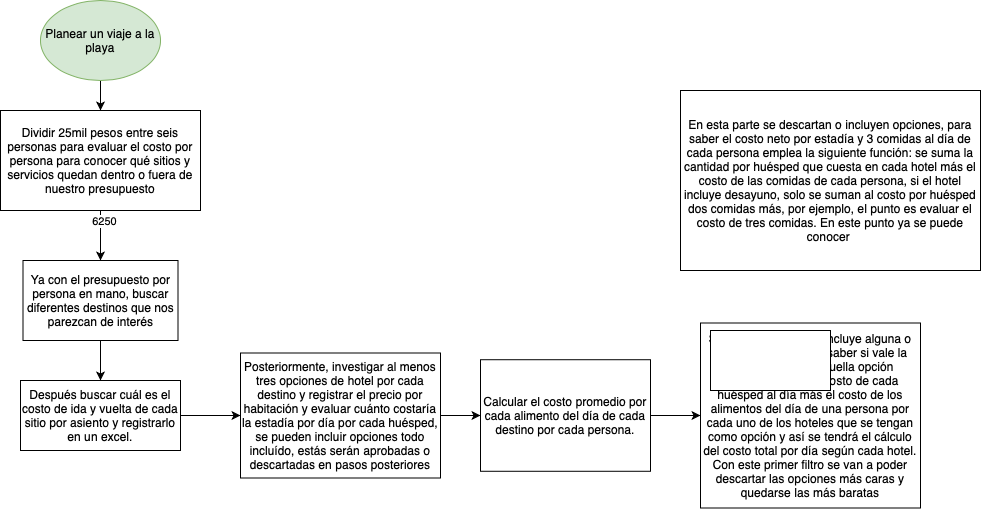
This is travelBeach.png from missphoneme/ejercicios-kodemia, a draw.io export, as it was before one commit. Source tidied: cells renumbered, new cells last; positions are measured from the earlier drawing's top-left corner, leaving out a move shared by most shapes.
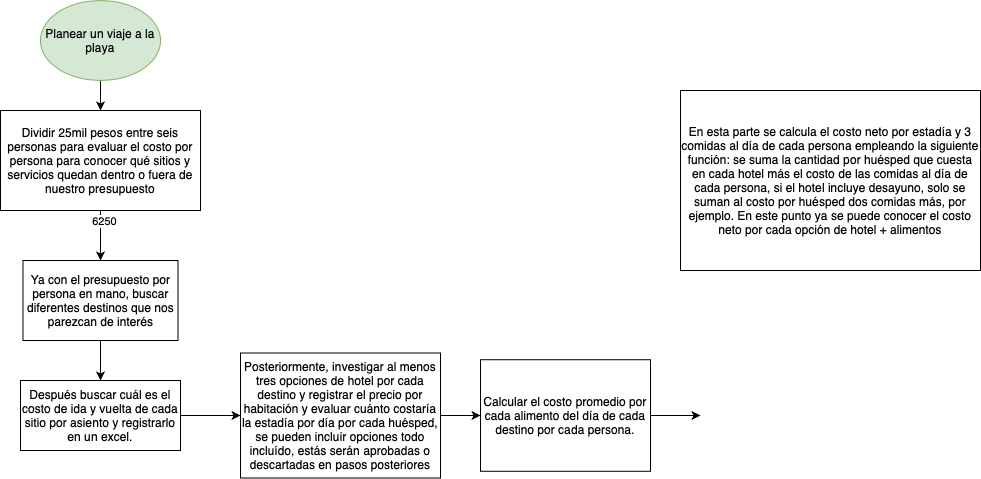
Later version of the same file.

The edit, as a diff of the source:
```diff
@@ -35,19 +35,15 @@
     <mxCell id="12" value="Posteriormente, investigar al menos tres opciones de hotel por cada destino y registrar el precio por habitación y evaluar cuánto costaría la estadía por día por cada huésped, se pueden incluir opciones todo incluído, estás serán aprobadas o descartadas en pasos posteriores" style="whiteSpace=wrap;html=1;rounded=0;" parent="1" vertex="1">
       <mxGeometry x="240" y="352.5" width="200" height="125" as="geometry" />
     </mxCell>
-    <mxCell id="13" style="edgeStyle=orthogonalEdgeStyle;rounded=0;jettySize=auto;html=1;" parent="1" edge="1" source="14" target="15">
-      <mxGeometry relative="1" as="geometry" />
+    <mxCell id="13" style="edgeStyle=orthogonalEdgeStyle;rounded=0;jettySize=auto;html=1;" parent="1" edge="1" source="14">
+      <mxGeometry relative="1" as="geometry">
+        <mxPoint x="700" y="415" as="targetPoint" />
+      </mxGeometry>
     </mxCell>
     <mxCell id="14" value="Calcular el costo promedio por cada alimento del día de cada destino por cada persona." style="whiteSpace=wrap;html=1;rounded=0;" parent="1" vertex="1">
       <mxGeometry x="480" y="359.2" width="170" height="111.6" as="geometry" />
     </mxCell>
-    <mxCell id="15" value="Si es que algún hotel incluye alguna o varias comidas, para saber si vale la pena considerar aquella opción podemos sumar el costo de cada huésped al día más el costo de los alimentos del día de una persona por cada uno de los hoteles que se tengan como opción y así se tendrá el cálculo del costo total por día según cada hotel. Con este primer filtro se van a poder descartar las opciones más caras y quedarse las más baratas" style="whiteSpace=wrap;html=1;rounded=0;" parent="1" vertex="1">
-      <mxGeometry x="700" y="322.5" width="220" height="185" as="geometry" />
-    </mxCell>
-    <mxCell id="16" style="rounded=0;whiteSpace=wrap;html=1;" parent="1" vertex="1">
-      <mxGeometry x="710" y="330" width="120" height="60" as="geometry" />
-    </mxCell>
-    <mxCell id="17" value="En esta parte se descartan o incluyen opciones, para saber el costo neto por estadía y 3 comidas al día de cada persona emplea la siguiente función: se suma la cantidad por huésped que cuesta en cada hotel más el costo de las comidas de cada persona, si el hotel incluye desayuno, solo se suman al costo por huésped dos comidas más, por ejemplo, el punto es evaluar el costo de tres comidas. En este punto ya se puede conocer&amp;nbsp;" style="rounded=0;whiteSpace=wrap;html=1;" parent="1" vertex="1">
+    <mxCell id="17" value="En esta parte se calcula el costo neto por estadía y 3 comidas al día de cada persona empleando la siguiente función: se suma la cantidad por huésped que cuesta en cada hotel más el costo de las comidas al día de cada persona, si el hotel incluye desayuno, solo se suman al costo por huésped dos comidas más, por ejemplo. En este punto ya se puede conocer el costo neto por cada opción de hotel + alimentos" style="rounded=0;whiteSpace=wrap;html=1;" parent="1" vertex="1">
       <mxGeometry x="680" y="90" width="300" height="180" as="geometry" />
     </mxCell>
   </root>
```
